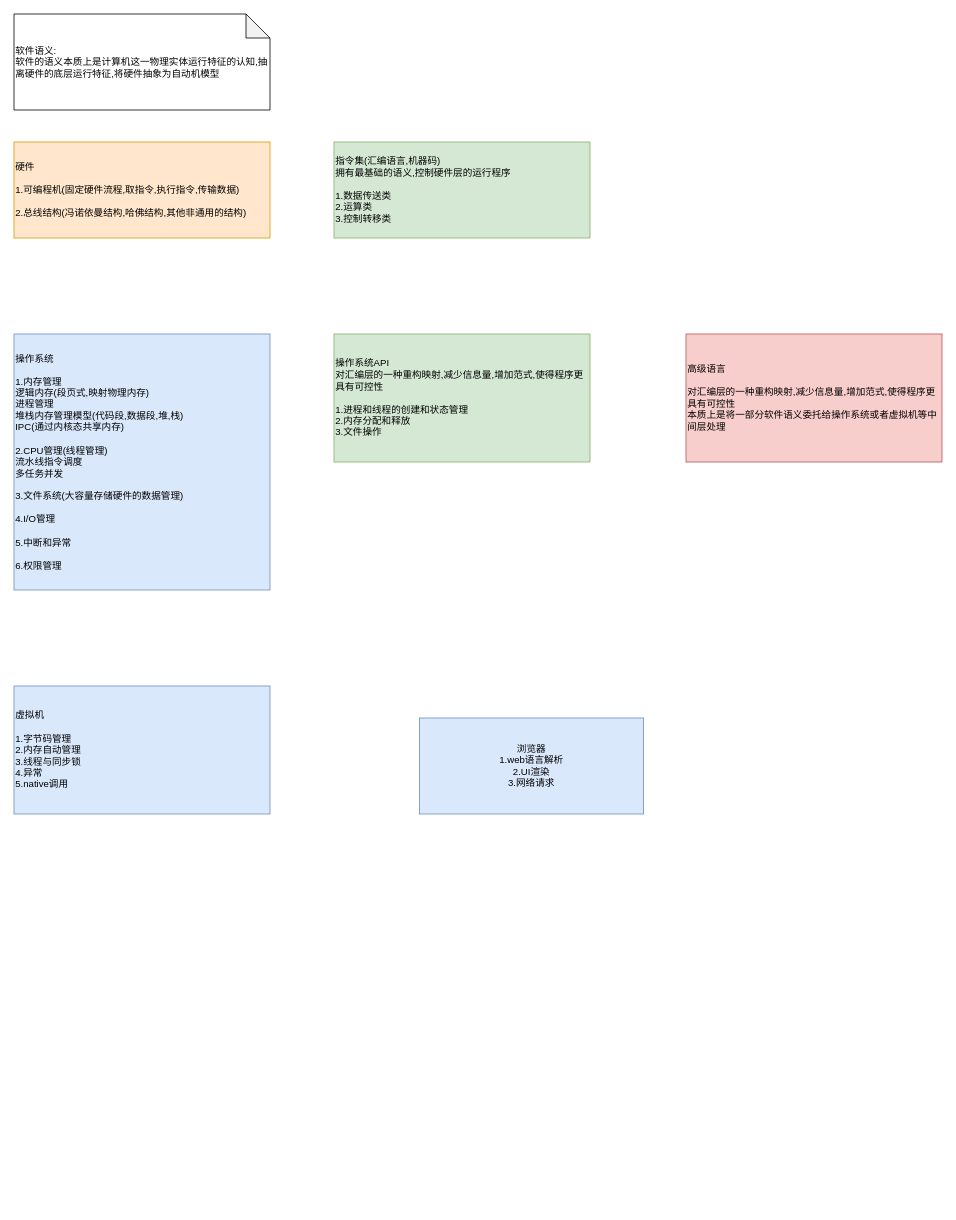
The draw.io diagram page "软件语义" (4 of 7) of base_model/实体和语言.drawio in cyxm/CodeGenerator, before the edit. Source tidied: cells renumbered, new cells numbered last; positions are measured from the earlier drawing's top-left corner, leaving out a move shared by most shapes. Both pictures are drawn from the tidied source at 80%, with x=0, y=0 at pixel (14, 14).
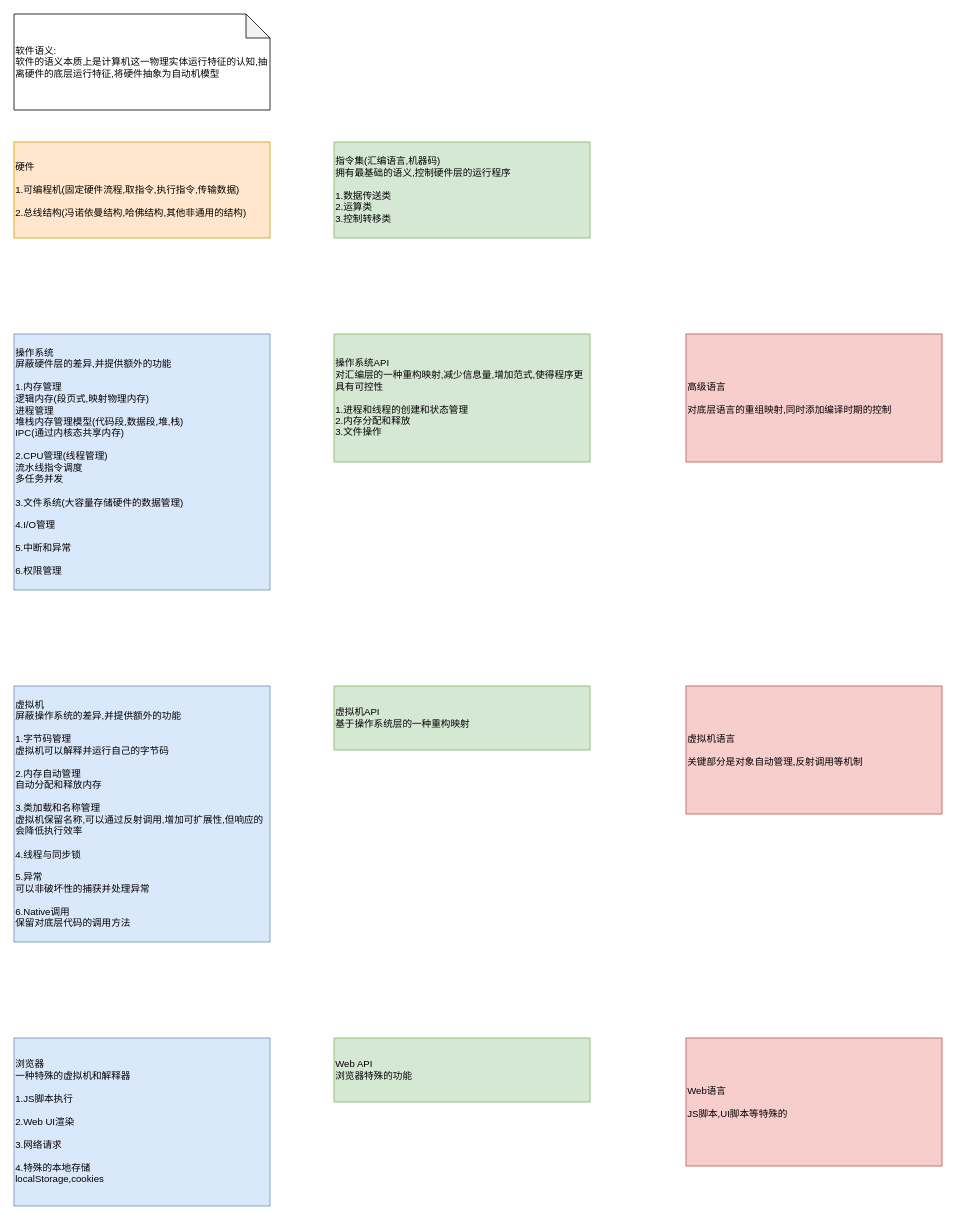
The same diagram, later.

Commit message:
更新实体和语言.drawio

The edit, as a diff of the source:
```diff
@@
 <mxGraphModel>
   <root>
     <mxCell id="0" />
     <mxCell id="1" parent="0" />
     <mxCell id="2" value="&lt;div&gt;硬件&lt;/div&gt;&lt;div&gt;&lt;br&gt;&lt;/div&gt;&lt;div&gt;1.可编程机(固定硬件流程,取指令,执行指令,传输数据)&lt;/div&gt;&lt;div&gt;&lt;br&gt;&lt;/div&gt;&lt;div&gt;2.总线结构(冯诺依曼结构,哈佛结构,其他非通用的结构)&lt;/div&gt;" style="rounded=0;whiteSpace=wrap;html=1;fillColor=#ffe6cc;strokeColor=#d79b00;align=left;" parent="1" vertex="1">
       <mxGeometry y="160" width="320" height="120" as="geometry" />
     </mxCell>
-    <mxCell id="3" value="&lt;div&gt;操作系统&lt;/div&gt;&lt;div&gt;&lt;br&gt;&lt;/div&gt;&lt;div&gt;1.内存管理&lt;/div&gt;&lt;div&gt;逻辑内存(段页式,映射物理内存)&lt;/div&gt;&lt;div&gt;进程管理&lt;/div&gt;&lt;div&gt;堆栈内存管理模型(代码段,数据段,堆,栈)&lt;/div&gt;&lt;div&gt;IPC(通过内核态共享内存)&lt;/div&gt;&lt;div&gt;&lt;br&gt;&lt;/div&gt;&lt;div&gt;2.CPU管理(线程管理)&lt;/div&gt;&lt;div&gt;流水线指令调度&lt;/div&gt;&lt;div&gt;多任务并发&lt;/div&gt;&lt;div&gt;&lt;br&gt;&lt;/div&gt;&lt;div&gt;3.文件系统(大容量存储硬件的数据管理)&lt;/div&gt;&lt;div&gt;&lt;br&gt;&lt;/div&gt;&lt;div&gt;4.I/O管理&lt;/div&gt;&lt;div&gt;&lt;br&gt;&lt;/div&gt;&lt;div&gt;5.中断和异常&lt;/div&gt;&lt;div&gt;&lt;br&gt;&lt;/div&gt;&lt;div&gt;6.权限管理&lt;/div&gt;" style="rounded=0;whiteSpace=wrap;html=1;fillColor=#dae8fc;strokeColor=#6c8ebf;align=left;" parent="1" vertex="1">
+    <mxCell id="3" value="&lt;div&gt;操作系统&lt;/div&gt;&lt;div&gt;屏蔽硬件层的差异,并提供额外的功能&lt;/div&gt;&lt;div&gt;&lt;br&gt;&lt;/div&gt;&lt;div&gt;1.内存管理&lt;/div&gt;&lt;div&gt;逻辑内存(段页式,映射物理内存)&lt;/div&gt;&lt;div&gt;进程管理&lt;/div&gt;&lt;div&gt;堆栈内存管理模型(代码段,数据段,堆,栈)&lt;/div&gt;&lt;div&gt;IPC(通过内核态共享内存)&lt;/div&gt;&lt;div&gt;&lt;br&gt;&lt;/div&gt;&lt;div&gt;2.CPU管理(线程管理)&lt;/div&gt;&lt;div&gt;流水线指令调度&lt;/div&gt;&lt;div&gt;多任务并发&lt;/div&gt;&lt;div&gt;&lt;br&gt;&lt;/div&gt;&lt;div&gt;3.文件系统(大容量存储硬件的数据管理)&lt;/div&gt;&lt;div&gt;&lt;br&gt;&lt;/div&gt;&lt;div&gt;4.I/O管理&lt;/div&gt;&lt;div&gt;&lt;br&gt;&lt;/div&gt;&lt;div&gt;5.中断和异常&lt;/div&gt;&lt;div&gt;&lt;br&gt;&lt;/div&gt;&lt;div&gt;6.权限管理&lt;/div&gt;" style="rounded=0;whiteSpace=wrap;html=1;fillColor=#dae8fc;strokeColor=#6c8ebf;align=left;" parent="1" vertex="1">
       <mxGeometry y="400" width="320" height="320" as="geometry" />
     </mxCell>
-    <mxCell id="4" value="&lt;div&gt;虚拟机&lt;/div&gt;&lt;div&gt;&lt;br&gt;&lt;/div&gt;&lt;div&gt;1.字节码管理&lt;/div&gt;&lt;div&gt;2.内存自动管理&lt;/div&gt;&lt;div&gt;3.线程与同步锁&lt;/div&gt;&lt;div&gt;4.异常&lt;/div&gt;&lt;div&gt;5.native调用&lt;/div&gt;" style="rounded=0;whiteSpace=wrap;html=1;fillColor=#dae8fc;strokeColor=#6c8ebf;align=left;" parent="1" vertex="1">
-      <mxGeometry y="840" width="320" height="160" as="geometry" />
+    <mxCell id="4" value="&lt;div&gt;虚拟机&lt;/div&gt;&lt;div&gt;屏蔽操作系统的差异,并提供额外的功能&lt;/div&gt;&lt;div&gt;&lt;br&gt;&lt;/div&gt;&lt;div&gt;1.字节码管理&lt;/div&gt;&lt;div&gt;虚拟机可以解释并运行自己的字节码&lt;/div&gt;&lt;div&gt;&lt;br&gt;&lt;/div&gt;&lt;div&gt;2.内存自动管理&lt;/div&gt;&lt;div&gt;自动分配和释放内存&lt;/div&gt;&lt;div&gt;&lt;br&gt;&lt;/div&gt;&lt;div&gt;3.类加载和名称管理&lt;/div&gt;&lt;div&gt;虚拟机保留名称,可以通过反射调用,增加可扩展性,但响应的会降低执行效率&lt;/div&gt;&lt;div&gt;&lt;br&gt;&lt;/div&gt;&lt;div&gt;4.线程与同步锁&lt;/div&gt;&lt;div&gt;&lt;br&gt;&lt;/div&gt;&lt;div&gt;5.异常&lt;/div&gt;&lt;div&gt;可以非破坏性的捕获并处理异常&lt;/div&gt;&lt;div&gt;&lt;br&gt;&lt;/div&gt;&lt;div&gt;6.Native调用&lt;/div&gt;&lt;div&gt;保留对底层代码的调用方法&lt;/div&gt;" style="rounded=0;whiteSpace=wrap;html=1;fillColor=#dae8fc;strokeColor=#6c8ebf;align=left;" parent="1" vertex="1">
+      <mxGeometry y="840" width="320" height="320" as="geometry" />
     </mxCell>
-    <mxCell id="5" value="&lt;div&gt;浏览器&lt;/div&gt;&lt;div&gt;1.web语言解析&lt;/div&gt;&lt;div&gt;2.UI渲染&lt;/div&gt;&lt;div&gt;3.网络请求&lt;/div&gt;" style="rounded=0;whiteSpace=wrap;html=1;fillColor=#dae8fc;strokeColor=#6c8ebf;" parent="1" vertex="1">
-      <mxGeometry x="507" y="880" width="280" height="120" as="geometry" />
+    <mxCell id="5" value="&lt;div&gt;浏览器&lt;/div&gt;&lt;div&gt;一种特殊的虚拟机和解释器&lt;/div&gt;&lt;div&gt;&lt;br&gt;&lt;/div&gt;&lt;div&gt;1.JS脚本执行&lt;/div&gt;&lt;div&gt;&lt;br&gt;&lt;/div&gt;&lt;div&gt;2.Web UI渲染&lt;/div&gt;&lt;div&gt;&lt;br&gt;&lt;/div&gt;&lt;div&gt;3.网络请求&lt;/div&gt;&lt;div&gt;&lt;br&gt;&lt;/div&gt;&lt;div&gt;4.特殊的本地存储&lt;/div&gt;&lt;div&gt;localStorage,cookies&lt;/div&gt;" style="rounded=0;whiteSpace=wrap;html=1;fillColor=#dae8fc;strokeColor=#6c8ebf;align=left;" parent="1" vertex="1">
+      <mxGeometry y="1280" width="320" height="210" as="geometry" />
     </mxCell>
     <mxCell id="6" value="&lt;div&gt;软件语义:&lt;/div&gt;&lt;div&gt;软件的语义本质上是计算机这一物理实体运行特征的认知,抽离硬件的底层运行特征,将硬件抽象为自动机模型&lt;/div&gt;" style="shape=note;whiteSpace=wrap;html=1;backgroundOutline=1;darkOpacity=0.05;align=left;rounded=0;" parent="1" vertex="1">
       <mxGeometry width="320" height="120" as="geometry" />
     </mxCell>
     <mxCell id="7" value="&lt;div&gt;指令集(汇编语言,机器码)&lt;/div&gt;&lt;div&gt;拥有最基础的语义,控制硬件层的运行程序&lt;/div&gt;&lt;div&gt;&lt;br&gt;&lt;/div&gt;&lt;div&gt;1.数据传送类&lt;/div&gt;&lt;div&gt;2.运算类&lt;/div&gt;&lt;div&gt;3.控制转移类&lt;/div&gt;" style="rounded=0;whiteSpace=wrap;html=1;fillColor=#d5e8d4;strokeColor=#82b366;align=left;" parent="1" vertex="1">
       <mxGeometry x="400" y="160" width="320" height="120" as="geometry" />
     </mxCell>
     <mxCell id="8" value="&lt;div&gt;操作系统API&lt;/div&gt;&lt;div&gt;对汇编层的一种重构映射,减少信息量,增加范式,使得程序更具有可控性&lt;/div&gt;&lt;div&gt;&lt;br&gt;&lt;/div&gt;&lt;div&gt;1.进程和线程的创建和状态管理&lt;/div&gt;&lt;div&gt;2.内存分配和释放&lt;/div&gt;&lt;div&gt;3.文件操作&lt;/div&gt;" style="rounded=0;whiteSpace=wrap;html=1;fillColor=#d5e8d4;strokeColor=#82b366;align=left;" parent="1" vertex="1">
       <mxGeometry x="400" y="400" width="320" height="160" as="geometry" />
     </mxCell>
-    <mxCell id="9" value="&lt;div&gt;高级语言&lt;/div&gt;&lt;div&gt;&lt;br&gt;&lt;/div&gt;&lt;div&gt;对汇编层的一种重构映射,减少信息量,增加范式,使得程序更具有可控性&lt;/div&gt;&lt;div&gt;本质上是将一部分软件语义委托给操作系统或者虚拟机等中间层处理&lt;/div&gt;" style="rounded=0;whiteSpace=wrap;html=1;fillColor=#f8cecc;strokeColor=#b85450;align=left;" parent="1" vertex="1">
+    <mxCell id="9" value="&lt;div&gt;高级语言&lt;/div&gt;&lt;div&gt;&lt;br&gt;&lt;/div&gt;&lt;div&gt;对底层语言的重组映射,同时添加编译时期的控制&lt;/div&gt;" style="rounded=0;whiteSpace=wrap;html=1;fillColor=#f8cecc;strokeColor=#b85450;align=left;" parent="1" vertex="1">
       <mxGeometry x="840" y="400" width="320" height="160" as="geometry" />
     </mxCell>
+    <mxCell id="10" value="&lt;div&gt;虚拟机API&lt;/div&gt;&lt;div&gt;基于操作系统层的一种重构映射&lt;/div&gt;" style="rounded=0;whiteSpace=wrap;html=1;fillColor=#d5e8d4;strokeColor=#82b366;align=left;" parent="1" vertex="1">
+      <mxGeometry x="400" y="840" width="320" height="80" as="geometry" />
+    </mxCell>
+    <mxCell id="11" value="&lt;div&gt;虚拟机语言&lt;/div&gt;&lt;div&gt;&lt;br&gt;&lt;/div&gt;&lt;div&gt;关键部分是对象自动管理,反射调用等机制&lt;/div&gt;" style="rounded=0;whiteSpace=wrap;html=1;fillColor=#f8cecc;strokeColor=#b85450;align=left;" parent="1" vertex="1">
+      <mxGeometry x="840" y="840" width="320" height="160" as="geometry" />
+    </mxCell>
+    <mxCell id="12" value="&lt;div&gt;Web API&lt;/div&gt;&lt;div&gt;浏览器特殊的功能&lt;/div&gt;" style="rounded=0;whiteSpace=wrap;html=1;align=left;fillColor=#d5e8d4;strokeColor=#82b366;" parent="1" vertex="1">
+      <mxGeometry x="400" y="1280" width="320" height="80" as="geometry" />
+    </mxCell>
+    <mxCell id="13" value="&lt;div&gt;Web语言&lt;/div&gt;&lt;div&gt;&lt;br&gt;&lt;/div&gt;&lt;div&gt;JS脚本,UI脚本等特殊的&lt;/div&gt;" style="rounded=0;whiteSpace=wrap;html=1;fillColor=#f8cecc;strokeColor=#b85450;align=left;" parent="1" vertex="1">
+      <mxGeometry x="840" y="1280" width="320" height="160" as="geometry" />
+    </mxCell>
   </root>
 </mxGraphModel>
```
